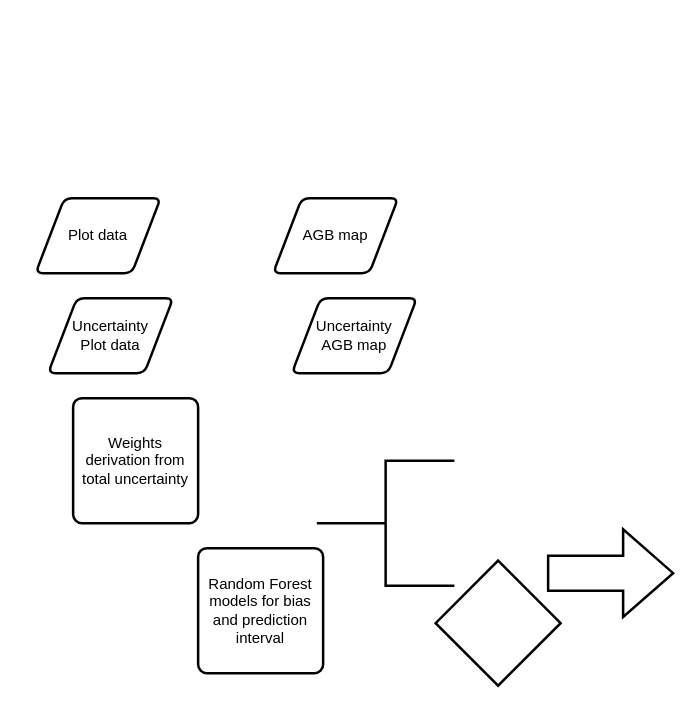
This is Untitled Diagram.drawio from arnanaraza/diagrams, a draw.io file, before an edit. Source tidied: cells renumbered, new cells numbered last; positions are measured from the earlier drawing's top-left corner, leaving out a move shared by most shapes. Both pictures are drawn from the tidied source at 125%, with x=0, y=0 at pixel (35, 198).
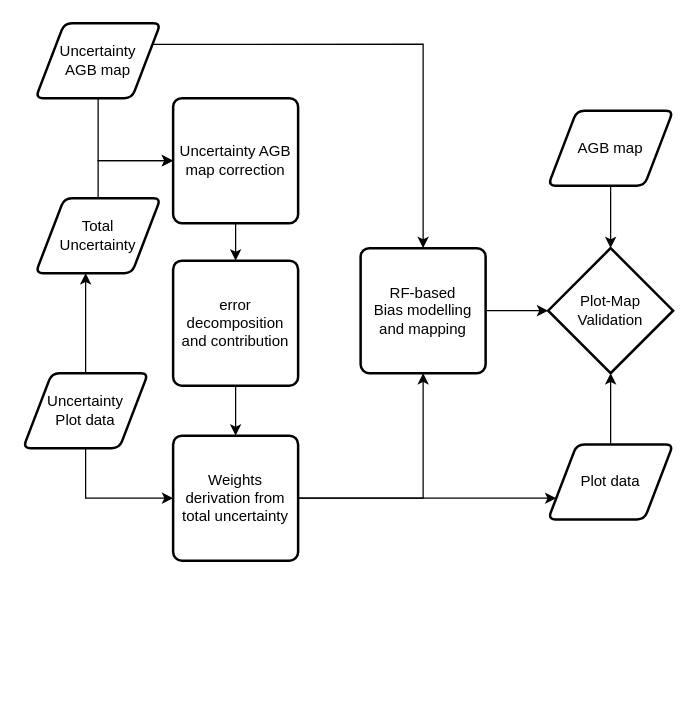
Above is the later version.

Diff of the diagram source:
```diff
@@
+    <mxCell id="11" style="edgeStyle=orthogonalEdgeStyle;rounded=0;jettySize=auto;html=1;exitX=0.5;exitY=0;exitDx=0;exitDy=0;entryX=0.4;entryY=1;entryDx=0;entryDy=0;entryPerimeter=0;" parent="1" edge="1" source="2" target="4">
+      <mxGeometry relative="1" as="geometry" />
+    </mxCell>
+    <mxCell id="12" style="edgeStyle=orthogonalEdgeStyle;rounded=0;jettySize=auto;html=1;exitX=0.5;exitY=1;exitDx=0;exitDy=0;entryX=0;entryY=0.5;entryDx=0;entryDy=0;" parent="1" edge="1" source="2" target="10">
+      <mxGeometry relative="1" as="geometry" />
+    </mxCell>
     <mxCell id="2" value="Uncertainty&lt;br&gt;Plot data" style="shape=parallelogram;html=1;strokeWidth=2;perimeter=parallelogramPerimeter;whiteSpace=wrap;rounded=1;arcSize=12;size=0.23;" parent="1" vertex="1">
-      <mxGeometry x="10" y="80" width="100" height="60" as="geometry" />
+      <mxGeometry x="-10" y="140" width="100" height="60" as="geometry" />
     </mxCell>
+    <mxCell id="13" style="edgeStyle=orthogonalEdgeStyle;rounded=0;jettySize=auto;html=1;exitX=0.5;exitY=0;exitDx=0;exitDy=0;entryX=0;entryY=0.5;entryDx=0;entryDy=0;" parent="1" edge="1" source="4" target="17">
+      <mxGeometry relative="1" as="geometry" />
+    </mxCell>
+    <mxCell id="4" value="Total &lt;br&gt;Uncertainty" style="shape=parallelogram;html=1;strokeWidth=2;perimeter=parallelogramPerimeter;whiteSpace=wrap;rounded=1;arcSize=12;size=0.23;" parent="1" vertex="1">
+      <mxGeometry width="100" height="60" as="geometry" />
+    </mxCell>
+    <mxCell id="14" style="edgeStyle=orthogonalEdgeStyle;rounded=0;jettySize=auto;html=1;exitX=1;exitY=0.5;exitDx=0;exitDy=0;entryX=0;entryY=0.75;entryDx=0;entryDy=0;" parent="1" edge="1" source="10" target="5">
+      <mxGeometry relative="1" as="geometry" />
+    </mxCell>
+    <mxCell id="15" style="edgeStyle=orthogonalEdgeStyle;rounded=0;jettySize=auto;html=1;exitX=1;exitY=0.5;exitDx=0;exitDy=0;entryX=0.5;entryY=1;entryDx=0;entryDy=0;" parent="1" edge="1" source="10" target="21">
+      <mxGeometry relative="1" as="geometry" />
+    </mxCell>
+    <mxCell id="10" value="Weights derivation from total uncertainty" style="rounded=1;whiteSpace=wrap;html=1;absoluteArcSize=1;arcSize=14;strokeWidth=2;" parent="1" vertex="1">
+      <mxGeometry x="110" y="190" width="100" height="100" as="geometry" />
+    </mxCell>
+    <mxCell id="16" style="edgeStyle=orthogonalEdgeStyle;rounded=0;jettySize=auto;html=1;exitX=0.5;exitY=1;exitDx=0;exitDy=0;entryX=0.5;entryY=0;entryDx=0;entryDy=0;" parent="1" edge="1" source="17" target="19">
+      <mxGeometry relative="1" as="geometry" />
+    </mxCell>
+    <mxCell id="17" value="Uncertainty AGB map correction" style="rounded=1;whiteSpace=wrap;html=1;absoluteArcSize=1;arcSize=14;strokeWidth=2;" parent="1" vertex="1">
+      <mxGeometry x="110" y="-80" width="100" height="100" as="geometry" />
+    </mxCell>
+    <mxCell id="18" style="edgeStyle=orthogonalEdgeStyle;rounded=0;jettySize=auto;html=1;exitX=0.5;exitY=1;exitDx=0;exitDy=0;entryX=0.5;entryY=0;entryDx=0;entryDy=0;" parent="1" edge="1" source="19" target="10">
+      <mxGeometry relative="1" as="geometry" />
+    </mxCell>
+    <mxCell id="19" value="error decomposition and contribution" style="rounded=1;whiteSpace=wrap;html=1;absoluteArcSize=1;arcSize=14;strokeWidth=2;" parent="1" vertex="1">
+      <mxGeometry x="110" y="50" width="100" height="100" as="geometry" />
+    </mxCell>
+    <mxCell id="20" style="edgeStyle=orthogonalEdgeStyle;rounded=0;jettySize=auto;html=1;exitX=1;exitY=0.5;exitDx=0;exitDy=0;entryX=0;entryY=0.5;entryDx=0;entryDy=0;entryPerimeter=0;" parent="1" edge="1" source="21" target="27">
+      <mxGeometry relative="1" as="geometry" />
+    </mxCell>
+    <mxCell id="21" value="RF-based &lt;br&gt;Bias modelling and mapping" style="rounded=1;whiteSpace=wrap;html=1;absoluteArcSize=1;arcSize=14;strokeWidth=2;" parent="1" vertex="1">
+      <mxGeometry x="260" y="40" width="100" height="100" as="geometry" />
+    </mxCell>
+    <mxCell id="22" style="edgeStyle=orthogonalEdgeStyle;rounded=0;jettySize=auto;html=1;exitX=0.5;exitY=1;exitDx=0;exitDy=0;entryX=0;entryY=0.5;entryDx=0;entryDy=0;" parent="1" edge="1" source="24" target="17">
+      <mxGeometry relative="1" as="geometry" />
+    </mxCell>
+    <mxCell id="23" style="edgeStyle=orthogonalEdgeStyle;rounded=0;jettySize=auto;html=1;exitX=1;exitY=0.25;exitDx=0;exitDy=0;entryX=0.5;entryY=0;entryDx=0;entryDy=0;" parent="1" edge="1" source="24" target="21">
+      <mxGeometry relative="1" as="geometry" />
+    </mxCell>
+    <mxCell id="24" value="Uncertainty&lt;br&gt;AGB map" style="shape=parallelogram;html=1;strokeWidth=2;perimeter=parallelogramPerimeter;whiteSpace=wrap;rounded=1;arcSize=12;size=0.23;" parent="1" vertex="1">
+      <mxGeometry y="-140" width="100" height="60" as="geometry" />
+    </mxCell>
+    <mxCell id="25" style="edgeStyle=orthogonalEdgeStyle;rounded=0;jettySize=auto;html=1;exitX=0.5;exitY=1;exitDx=0;exitDy=0;entryX=0.5;entryY=0;entryDx=0;entryDy=0;entryPerimeter=0;" parent="1" edge="1" source="3" target="27">
+      <mxGeometry relative="1" as="geometry" />
+    </mxCell>
     <mxCell id="3" value="AGB map" style="shape=parallelogram;html=1;strokeWidth=2;perimeter=parallelogramPerimeter;whiteSpace=wrap;rounded=1;arcSize=12;size=0.23;" parent="1" vertex="1">
-      <mxGeometry x="190" width="100" height="60" as="geometry" />
+      <mxGeometry x="410" y="-70" width="100" height="60" as="geometry" />
     </mxCell>
-    <mxCell id="4" value="Uncertainty&lt;br&gt;AGB map" style="shape=parallelogram;html=1;strokeWidth=2;perimeter=parallelogramPerimeter;whiteSpace=wrap;rounded=1;arcSize=12;size=0.23;" parent="1" vertex="1">
-      <mxGeometry x="205" y="80" width="100" height="60" as="geometry" />
-    </mxCell>
+    <mxCell id="26" style="edgeStyle=orthogonalEdgeStyle;rounded=0;jettySize=auto;html=1;exitX=0.5;exitY=0;exitDx=0;exitDy=0;entryX=0.5;entryY=1;entryDx=0;entryDy=0;entryPerimeter=0;" parent="1" edge="1" source="5" target="27">
+      <mxGeometry relative="1" as="geometry" />
+    </mxCell>
     <mxCell id="5" value="Plot data" style="shape=parallelogram;html=1;strokeWidth=2;perimeter=parallelogramPerimeter;whiteSpace=wrap;rounded=1;arcSize=12;size=0.23;" parent="1" vertex="1">
-      <mxGeometry width="100" height="60" as="geometry" />
+      <mxGeometry x="410" y="197" width="100" height="60" as="geometry" />
     </mxCell>
-    <mxCell id="6" style="strokeWidth=2;html=1;shape=mxgraph.flowchart.annotation_2;align=left;labelPosition=right;" parent="1" vertex="1">
-      <mxGeometry x="225" y="210" width="110" height="100" as="geometry" />
-    </mxCell>
-    <mxCell id="7" value="Random Forest models for bias and prediction interval" style="rounded=1;whiteSpace=wrap;html=1;absoluteArcSize=1;arcSize=14;strokeWidth=2;" parent="1" vertex="1">
-      <mxGeometry x="130" y="280" width="100" height="100" as="geometry" />
-    </mxCell>
-    <mxCell id="8" style="verticalLabelPosition=bottom;verticalAlign=top;html=1;strokeWidth=2;shape=mxgraph.arrows2.arrow;dy=0.6;dx=40;notch=0;" parent="1" vertex="1">
-      <mxGeometry x="410" y="265" width="100" height="70" as="geometry" />
-    </mxCell>
-    <mxCell id="9" style="strokeWidth=2;html=1;shape=mxgraph.flowchart.decision;whiteSpace=wrap;" parent="1" vertex="1">
-      <mxGeometry x="320" y="290" width="100" height="100" as="geometry" />
-    </mxCell>
-    <mxCell id="10" value="Weights derivation from total uncertainty" style="rounded=1;whiteSpace=wrap;html=1;absoluteArcSize=1;arcSize=14;strokeWidth=2;" parent="1" vertex="1">
-      <mxGeometry x="30" y="160" width="100" height="100" as="geometry" />
-    </mxCell>
+    <mxCell id="27" value="&lt;span style=&quot;white-space: normal&quot;&gt;Plot-Map&lt;br&gt;Validation&lt;/span&gt;" style="strokeWidth=2;html=1;shape=mxgraph.flowchart.decision;whiteSpace=wrap;" parent="1" vertex="1">
+      <mxGeometry x="410" y="40" width="100" height="100" as="geometry" />
+    </mxCell>
```
